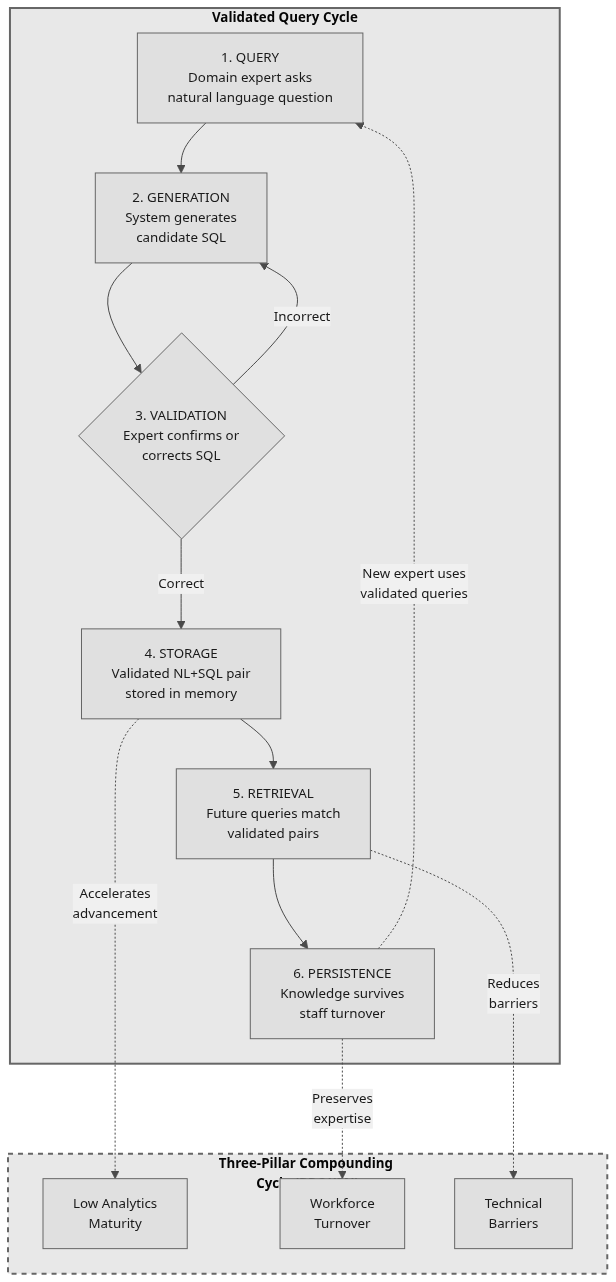
stharrold/yuimedi-paper-20250901 keeps this Mermaid diagram as figures/knowledge-cycle.mmd.png. Above is the earlier version. Its source is kept beside it as figures/knowledge-cycle.mmd.
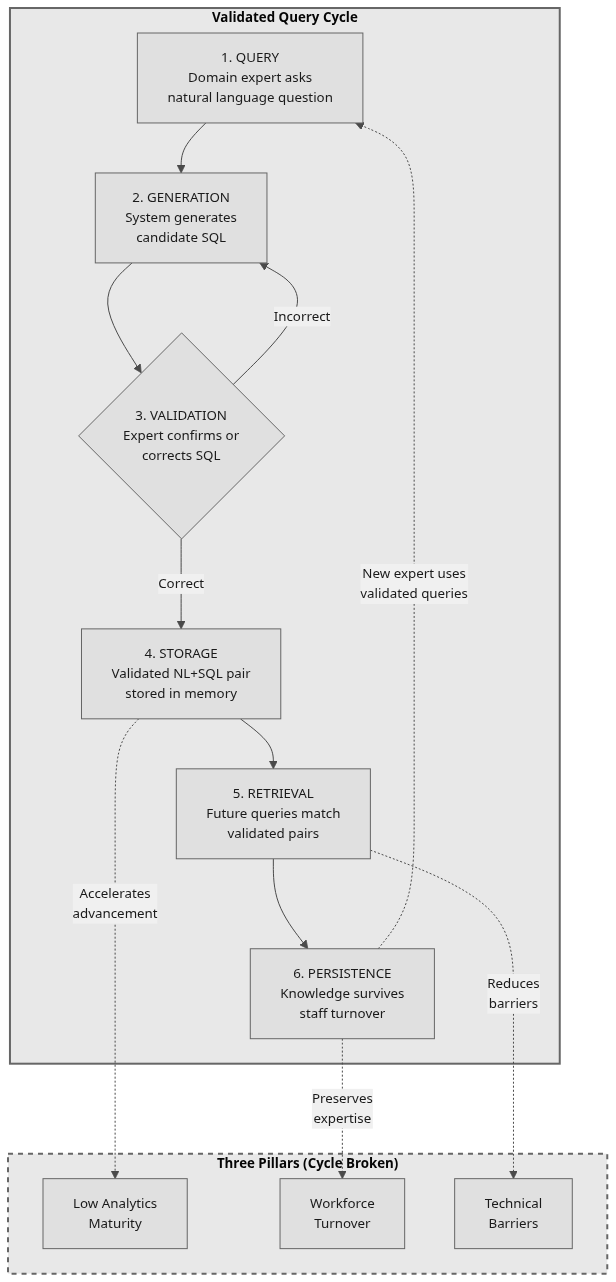
The same diagram one commit later.

Commit message:
style(figures): shorten Figure 2 subgraph title to prevent word wrap

🤖 Generated with [Claude Code](https://claude.com/claude-code)

What changed in the source:
```diff
@@ -10,7 +10,7 @@
         P["6. PERSISTENCE<br/>Knowledge survives<br/>staff turnover"]
     end
 
-    subgraph PILLARS["<b>Three-Pillar Compounding Cycle (BROKEN)</b>"]
+    subgraph PILLARS["<b>Three Pillars (Cycle Broken)</b>"]
         M["Low Analytics<br/>Maturity"]
         T["Workforce<br/>Turnover"]
         B["Technical<br/>Barriers"]
```
